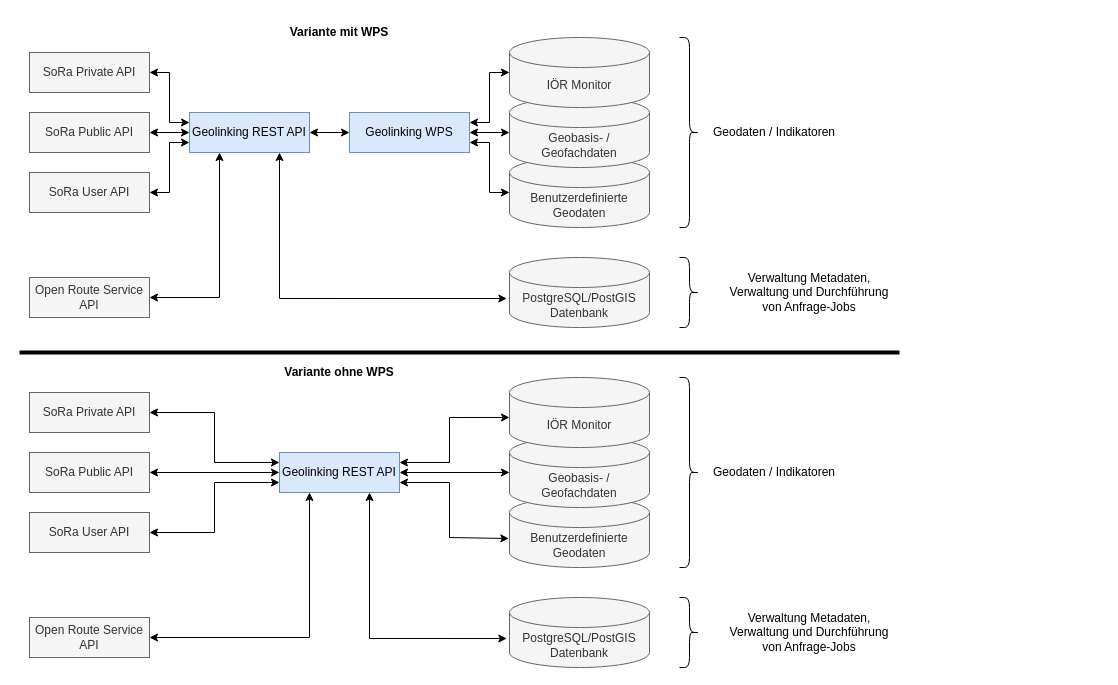
Above: sora/sora_geolinking_network_v3.drawio in traveller195/draw_io (draw.io), before the change. Source tidied: cells renumbered, new cells numbered last; positions are measured from the earlier drawing's top-left corner, leaving out a move shared by most shapes. Both pictures are drawn from the tidied source at 100%, with x=0, y=0 at pixel (19, 17).
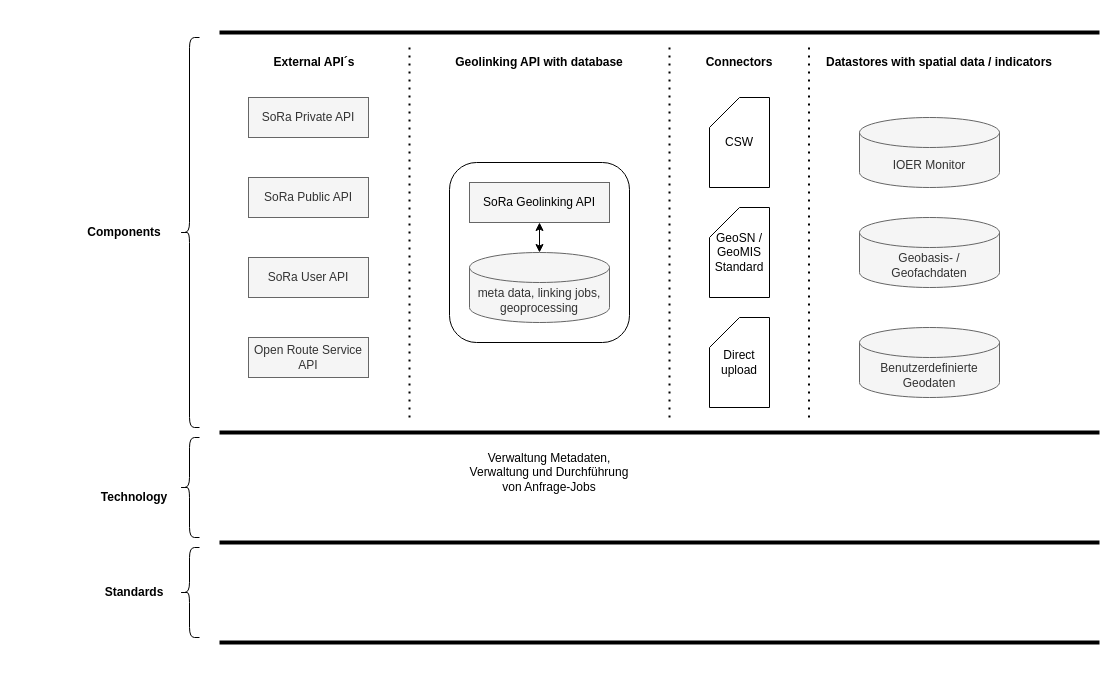
Above is the later version.

Diff of the diagram source:
```diff
@@
-    <mxCell id="2" value="Benutzerdefinierte Geodaten" style="shape=cylinder3;whiteSpace=wrap;html=1;boundedLbl=1;backgroundOutline=1;size=15;fillColor=#f5f5f5;fontColor=#333333;strokeColor=#666666;" parent="1" vertex="1">
-      <mxGeometry x="490" y="140" width="140" height="70" as="geometry" />
-    </mxCell>
-    <mxCell id="3" style="edgeStyle=orthogonalEdgeStyle;rounded=0;jettySize=auto;html=1;exitX=1;exitY=0.5;exitDx=0;exitDy=0;entryX=0;entryY=0.25;entryDx=0;entryDy=0;startArrow=classic;startFill=1;" parent="1" edge="1" source="4" target="12">
-      <mxGeometry relative="1" as="geometry" />
-    </mxCell>
-    <mxCell id="4" value="SoRa Private API" style="rounded=0;whiteSpace=wrap;html=1;fillColor=#f5f5f5;fontColor=#333333;strokeColor=#666666;" parent="1" vertex="1">
-      <mxGeometry x="10" y="35" width="120" height="40" as="geometry" />
-    </mxCell>
-    <mxCell id="5" style="edgeStyle=orthogonalEdgeStyle;rounded=0;jettySize=auto;html=1;exitX=1;exitY=0.5;exitDx=0;exitDy=0;entryX=0;entryY=0.5;entryDx=0;entryDy=0;startArrow=classic;startFill=1;" parent="1" edge="1" source="6" target="12">
-      <mxGeometry relative="1" as="geometry" />
-    </mxCell>
-    <mxCell id="6" value="SoRa Public API" style="rounded=0;whiteSpace=wrap;html=1;fillColor=#f5f5f5;fontColor=#333333;strokeColor=#666666;" parent="1" vertex="1">
-      <mxGeometry x="10" y="95" width="120" height="40" as="geometry" />
-    </mxCell>
-    <mxCell id="7" value="SoRa User API" style="rounded=0;whiteSpace=wrap;html=1;fillColor=#f5f5f5;fontColor=#333333;strokeColor=#666666;" parent="1" vertex="1">
-      <mxGeometry x="10" y="155" width="120" height="40" as="geometry" />
-    </mxCell>
-    <mxCell id="8" value="Open Route Service API" style="rounded=0;whiteSpace=wrap;html=1;fillColor=#f5f5f5;fontColor=#333333;strokeColor=#666666;" parent="1" vertex="1">
-      <mxGeometry x="10" y="260" width="120" height="40" as="geometry" />
-    </mxCell>
-    <mxCell id="9" style="edgeStyle=orthogonalEdgeStyle;rounded=0;jettySize=auto;html=1;exitX=0;exitY=0.75;exitDx=0;exitDy=0;entryX=1;entryY=0.5;entryDx=0;entryDy=0;startArrow=classic;startFill=1;" parent="1" edge="1" source="12" target="7">
-      <mxGeometry relative="1" as="geometry" />
-    </mxCell>
-    <mxCell id="10" style="edgeStyle=orthogonalEdgeStyle;rounded=0;jettySize=auto;html=1;exitX=1;exitY=0.5;exitDx=0;exitDy=0;entryX=0;entryY=0.5;entryDx=0;entryDy=0;startArrow=classic;startFill=1;" parent="1" edge="1" source="12" target="13">
-      <mxGeometry relative="1" as="geometry" />
-    </mxCell>
-    <mxCell id="11" style="edgeStyle=orthogonalEdgeStyle;rounded=0;jettySize=auto;html=1;exitX=0.5;exitY=1;exitDx=0;exitDy=0;entryX=1;entryY=0.5;entryDx=0;entryDy=0;startArrow=classic;startFill=1;" parent="1" edge="1" target="8">
-      <mxGeometry relative="1" as="geometry">
-        <mxPoint x="200" y="135" as="sourcePoint" />
-        <Array as="points">
-          <mxPoint x="200" y="280" />
-        </Array>
-      </mxGeometry>
-    </mxCell>
-    <mxCell id="12" value="Geolinking REST API" style="rounded=0;whiteSpace=wrap;html=1;fillColor=#dae8fc;strokeColor=#6c8ebf;" parent="1" vertex="1">
-      <mxGeometry x="170" y="95" width="120" height="40" as="geometry" />
-    </mxCell>
-    <mxCell id="13" value="Geolinking WPS" style="rounded=0;whiteSpace=wrap;html=1;fillColor=#dae8fc;strokeColor=#6c8ebf;" parent="1" vertex="1">
-      <mxGeometry x="330" y="95" width="120" height="40" as="geometry" />
-    </mxCell>
-    <mxCell id="14" value="Geobasis- / Geofachdaten" style="shape=cylinder3;whiteSpace=wrap;html=1;boundedLbl=1;backgroundOutline=1;size=15;fillColor=#f5f5f5;fontColor=#333333;strokeColor=#666666;" parent="1" vertex="1">
-      <mxGeometry x="490" y="80" width="140" height="70" as="geometry" />
-    </mxCell>
-    <mxCell id="15" style="edgeStyle=orthogonalEdgeStyle;rounded=0;jettySize=auto;html=1;exitX=0;exitY=0.5;exitDx=0;exitDy=0;exitPerimeter=0;entryX=1;entryY=0.25;entryDx=0;entryDy=0;startArrow=classic;startFill=1;" parent="1" edge="1" source="16" target="13">
-      <mxGeometry relative="1" as="geometry" />
-    </mxCell>
-    <mxCell id="16" value="IÖR Monitor" style="shape=cylinder3;whiteSpace=wrap;html=1;boundedLbl=1;backgroundOutline=1;size=15;fillColor=#f5f5f5;fontColor=#333333;strokeColor=#666666;" parent="1" vertex="1">
-      <mxGeometry x="490" y="20" width="140" height="70" as="geometry" />
-    </mxCell>
-    <mxCell id="17" style="edgeStyle=orthogonalEdgeStyle;rounded=0;jettySize=auto;html=1;exitX=1;exitY=0.5;exitDx=0;exitDy=0;entryX=0;entryY=0.5;entryDx=0;entryDy=0;entryPerimeter=0;startArrow=classic;startFill=1;" parent="1" edge="1" source="13" target="14">
-      <mxGeometry relative="1" as="geometry" />
-    </mxCell>
-    <mxCell id="18" style="edgeStyle=orthogonalEdgeStyle;rounded=0;jettySize=auto;html=1;exitX=1;exitY=0.75;exitDx=0;exitDy=0;entryX=0;entryY=0.5;entryDx=0;entryDy=0;entryPerimeter=0;startArrow=classic;startFill=1;" parent="1" edge="1" source="13" target="2">
-      <mxGeometry relative="1" as="geometry" />
-    </mxCell>
-    <mxCell id="19" value="PostgreSQL/PostGIS Datenbank" style="shape=cylinder3;whiteSpace=wrap;html=1;boundedLbl=1;backgroundOutline=1;size=15;fillColor=#f5f5f5;fontColor=#333333;strokeColor=#666666;" parent="1" vertex="1">
-      <mxGeometry x="490" y="240" width="140" height="70" as="geometry" />
-    </mxCell>
-    <mxCell id="20" style="shape=curlyBracket;whiteSpace=wrap;html=1;rounded=1;flipH=1;labelPosition=right;verticalLabelPosition=middle;align=left;verticalAlign=middle;" parent="1" vertex="1">
-      <mxGeometry x="660" y="20" width="20" height="190" as="geometry" />
-    </mxCell>
-    <mxCell id="21" style="shape=curlyBracket;whiteSpace=wrap;html=1;rounded=1;flipH=1;labelPosition=right;verticalLabelPosition=middle;align=left;verticalAlign=middle;" parent="1" vertex="1">
-      <mxGeometry x="660" y="240" width="20" height="70" as="geometry" />
-    </mxCell>
-    <mxCell id="22" value="Geodaten / Indikatoren" style="text;html=1;strokeColor=none;fillColor=none;align=center;verticalAlign=middle;whiteSpace=wrap;rounded=0;" parent="1" vertex="1">
-      <mxGeometry x="690" y="100" width="130" height="30" as="geometry" />
-    </mxCell>
-    <mxCell id="23" value="&lt;div&gt;Verwaltung Metadaten,&lt;/div&gt;&lt;div&gt;Verwaltung und Durchführung von Anfrage-Jobs&lt;/div&gt;" style="text;html=1;strokeColor=none;fillColor=none;align=center;verticalAlign=middle;whiteSpace=wrap;rounded=0;" parent="1" vertex="1">
-      <mxGeometry x="700" y="260" width="180" height="30" as="geometry" />
-    </mxCell>
-    <mxCell id="24" style="endArrow=classic;startArrow=classic;html=1;rounded=0;entryX=0.75;entryY=1;entryDx=0;entryDy=0;exitX=-0.019;exitY=0.586;exitDx=0;exitDy=0;exitPerimeter=0;" parent="1" edge="1" source="19" target="12">
-      <mxGeometry relative="1" as="geometry">
-        <Array as="points">
-          <mxPoint x="260" y="281" />
-        </Array>
-      </mxGeometry>
-    </mxCell>
+    <mxCell id="49" style="rounded=1;whiteSpace=wrap;html=1;fillColor=none;" parent="1" vertex="1">
+      <mxGeometry x="430" y="145" width="180" height="180" as="geometry" />
+    </mxCell>
     <mxCell id="25" value="Benutzerdefinierte Geodaten" style="shape=cylinder3;whiteSpace=wrap;html=1;boundedLbl=1;backgroundOutline=1;size=15;fillColor=#f5f5f5;fontColor=#333333;strokeColor=#666666;" parent="1" vertex="1">
-      <mxGeometry x="490" y="480" width="140" height="70" as="geometry" />
+      <mxGeometry x="840" y="310" width="140" height="70" as="geometry" />
     </mxCell>
-    <mxCell id="26" style="edgeStyle=orthogonalEdgeStyle;rounded=0;jettySize=auto;html=1;exitX=1;exitY=0.5;exitDx=0;exitDy=0;entryX=0;entryY=0.25;entryDx=0;entryDy=0;startArrow=classic;startFill=1;" parent="1" edge="1" source="27" target="33">
-      <mxGeometry relative="1" as="geometry" />
-    </mxCell>
     <mxCell id="27" value="SoRa Private API" style="rounded=0;whiteSpace=wrap;html=1;fillColor=#f5f5f5;fontColor=#333333;strokeColor=#666666;" parent="1" vertex="1">
-      <mxGeometry x="10" y="375" width="120" height="40" as="geometry" />
+      <mxGeometry x="229" y="80" width="120" height="40" as="geometry" />
     </mxCell>
-    <mxCell id="28" style="edgeStyle=orthogonalEdgeStyle;rounded=0;jettySize=auto;html=1;exitX=1;exitY=0.5;exitDx=0;exitDy=0;entryX=0;entryY=0.5;entryDx=0;entryDy=0;startArrow=classic;startFill=1;" parent="1" edge="1" source="29" target="33">
-      <mxGeometry relative="1" as="geometry" />
-    </mxCell>
     <mxCell id="29" value="SoRa Public API" style="rounded=0;whiteSpace=wrap;html=1;fillColor=#f5f5f5;fontColor=#333333;strokeColor=#666666;" parent="1" vertex="1">
-      <mxGeometry x="10" y="435" width="120" height="40" as="geometry" />
+      <mxGeometry x="229" y="160" width="120" height="40" as="geometry" />
     </mxCell>
     <mxCell id="30" value="SoRa User API" style="rounded=0;whiteSpace=wrap;html=1;fillColor=#f5f5f5;fontColor=#333333;strokeColor=#666666;" parent="1" vertex="1">
-      <mxGeometry x="10" y="495" width="120" height="40" as="geometry" />
+      <mxGeometry x="229" y="240" width="120" height="40" as="geometry" />
     </mxCell>
     <mxCell id="31" value="Open Route Service API" style="rounded=0;whiteSpace=wrap;html=1;fillColor=#f5f5f5;fontColor=#333333;strokeColor=#666666;" parent="1" vertex="1">
-      <mxGeometry x="10" y="600" width="120" height="40" as="geometry" />
+      <mxGeometry x="229" y="320" width="120" height="40" as="geometry" />
     </mxCell>
-    <mxCell id="32" style="edgeStyle=orthogonalEdgeStyle;rounded=0;jettySize=auto;html=1;exitX=0;exitY=0.75;exitDx=0;exitDy=0;entryX=1;entryY=0.5;entryDx=0;entryDy=0;startArrow=classic;startFill=1;" parent="1" edge="1" source="33" target="30">
-      <mxGeometry relative="1" as="geometry" />
-    </mxCell>
-    <mxCell id="33" value="Geolinking REST API" style="rounded=0;whiteSpace=wrap;html=1;fillColor=#dae8fc;strokeColor=#6c8ebf;" parent="1" vertex="1">
-      <mxGeometry x="260" y="435" width="120" height="40" as="geometry" />
+    <mxCell id="33" value="SoRa Geolinking API" style="rounded=0;whiteSpace=wrap;html=1;fillColor=#F5F5F5;strokeColor=#666666;" parent="1" vertex="1">
+      <mxGeometry x="450" y="165" width="140" height="40" as="geometry" />
     </mxCell>
     <mxCell id="34" value="Geobasis- / Geofachdaten" style="shape=cylinder3;whiteSpace=wrap;html=1;boundedLbl=1;backgroundOutline=1;size=15;fillColor=#f5f5f5;fontColor=#333333;strokeColor=#666666;" parent="1" vertex="1">
-      <mxGeometry x="490" y="420" width="140" height="70" as="geometry" />
+      <mxGeometry x="840" y="200" width="140" height="70" as="geometry" />
     </mxCell>
-    <mxCell id="35" value="IÖR Monitor" style="shape=cylinder3;whiteSpace=wrap;html=1;boundedLbl=1;backgroundOutline=1;size=15;fillColor=#f5f5f5;fontColor=#333333;strokeColor=#666666;" parent="1" vertex="1">
-      <mxGeometry x="490" y="360" width="140" height="70" as="geometry" />
+    <mxCell id="35" value="IOER Monitor" style="shape=cylinder3;whiteSpace=wrap;html=1;boundedLbl=1;backgroundOutline=1;size=15;fillColor=#f5f5f5;fontColor=#333333;strokeColor=#666666;" parent="1" vertex="1">
+      <mxGeometry x="840" y="100" width="140" height="70" as="geometry" />
     </mxCell>
-    <mxCell id="36" style="edgeStyle=orthogonalEdgeStyle;rounded=0;jettySize=auto;html=1;exitX=1;exitY=0.5;exitDx=0;exitDy=0;entryX=0;entryY=0.5;entryDx=0;entryDy=0;entryPerimeter=0;startArrow=classic;startFill=1;" parent="1" edge="1" source="33" target="34">
-      <mxGeometry relative="1" as="geometry" />
-    </mxCell>
-    <mxCell id="37" value="PostgreSQL/PostGIS Datenbank" style="shape=cylinder3;whiteSpace=wrap;html=1;boundedLbl=1;backgroundOutline=1;size=15;fillColor=#f5f5f5;fontColor=#333333;strokeColor=#666666;" parent="1" vertex="1">
-      <mxGeometry x="490" y="580" width="140" height="70" as="geometry" />
+    <mxCell id="37" value="meta data, linking jobs, geoprocessing" style="shape=cylinder3;whiteSpace=wrap;html=1;boundedLbl=1;backgroundOutline=1;size=15;fillColor=#f5f5f5;fontColor=#333333;strokeColor=#666666;" parent="1" vertex="1">
+      <mxGeometry x="450" y="235" width="140" height="70" as="geometry" />
     </mxCell>
-    <mxCell id="38" style="shape=curlyBracket;whiteSpace=wrap;html=1;rounded=1;flipH=1;labelPosition=right;verticalLabelPosition=middle;align=left;verticalAlign=middle;" parent="1" vertex="1">
-      <mxGeometry x="660" y="360" width="20" height="190" as="geometry" />
-    </mxCell>
-    <mxCell id="39" style="shape=curlyBracket;whiteSpace=wrap;html=1;rounded=1;flipH=1;labelPosition=right;verticalLabelPosition=middle;align=left;verticalAlign=middle;" parent="1" vertex="1">
-      <mxGeometry x="660" y="580" width="20" height="70" as="geometry" />
-    </mxCell>
-    <mxCell id="40" value="Geodaten / Indikatoren" style="text;html=1;strokeColor=none;fillColor=none;align=center;verticalAlign=middle;whiteSpace=wrap;rounded=0;" parent="1" vertex="1">
-      <mxGeometry x="690" y="440" width="130" height="30" as="geometry" />
-    </mxCell>
-    <mxCell id="41" style="endArrow=classic;startArrow=classic;html=1;rounded=0;entryX=0.75;entryY=1;entryDx=0;entryDy=0;exitX=-0.019;exitY=0.586;exitDx=0;exitDy=0;exitPerimeter=0;" parent="1" edge="1" source="37" target="33">
-      <mxGeometry relative="1" as="geometry">
-        <Array as="points">
-          <mxPoint x="350" y="621" />
-        </Array>
-      </mxGeometry>
-    </mxCell>
     <mxCell id="42" value="&lt;div&gt;Verwaltung Metadaten,&lt;/div&gt;&lt;div&gt;Verwaltung und Durchführung von Anfrage-Jobs&lt;/div&gt;" style="text;html=1;strokeColor=none;fillColor=none;align=center;verticalAlign=middle;whiteSpace=wrap;rounded=0;" parent="1" vertex="1">
-      <mxGeometry x="700" y="600" width="180" height="30" as="geometry" />
+      <mxGeometry x="440" y="440" width="180" height="30" as="geometry" />
     </mxCell>
-    <mxCell id="43" style="endArrow=classic;startArrow=classic;html=1;rounded=0;entryX=0.25;entryY=1;entryDx=0;entryDy=0;" parent="1" edge="1" target="33">
-      <mxGeometry relative="1" as="geometry">
-        <mxPoint x="130" y="620" as="sourcePoint" />
-        <Array as="points">
-          <mxPoint x="290" y="620" />
-        </Array>
-      </mxGeometry>
-    </mxCell>
-    <mxCell id="44" style="endArrow=classic;startArrow=classic;html=1;rounded=0;exitX=1;exitY=0.75;exitDx=0;exitDy=0;entryX=-0.005;entryY=0.586;entryDx=0;entryDy=0;entryPerimeter=0;" parent="1" edge="1" source="33" target="25">
-      <mxGeometry relative="1" as="geometry">
-        <Array as="points">
-          <mxPoint x="430" y="465" />
-          <mxPoint x="430" y="520" />
-        </Array>
-      </mxGeometry>
-    </mxCell>
-    <mxCell id="45" style="endArrow=classic;startArrow=classic;html=1;rounded=0;exitX=1;exitY=0.25;exitDx=0;exitDy=0;entryX=0;entryY=0.571;entryDx=0;entryDy=0;entryPerimeter=0;" parent="1" edge="1" source="33" target="35">
-      <mxGeometry relative="1" as="geometry">
-        <Array as="points">
-          <mxPoint x="430" y="445" />
-          <mxPoint x="430" y="400" />
-        </Array>
-      </mxGeometry>
-    </mxCell>
-    <mxCell id="46" value="Variante mit WPS" style="text;html=1;strokeColor=none;fillColor=none;align=center;verticalAlign=middle;whiteSpace=wrap;rounded=0;fontStyle=1;" parent="1" vertex="1">
-      <mxGeometry x="225" width="190" height="30" as="geometry" />
-    </mxCell>
-    <mxCell id="47" value="Variante ohne WPS" style="text;html=1;strokeColor=none;fillColor=none;align=center;verticalAlign=middle;whiteSpace=wrap;rounded=0;fontStyle=1;" parent="1" vertex="1">
-      <mxGeometry x="225" y="340" width="190" height="30" as="geometry" />
+    <mxCell id="47" value="Geolinking API with database" style="text;html=1;strokeColor=none;fillColor=none;align=center;verticalAlign=middle;whiteSpace=wrap;rounded=0;fontStyle=1;" parent="1" vertex="1">
+      <mxGeometry x="390" y="30" width="260" height="30" as="geometry" />
     </mxCell>
     <mxCell id="48" style="line;strokeWidth=4;html=1;perimeter=backbonePerimeter;" parent="1" vertex="1">
-      <mxGeometry y="330" width="880" height="10" as="geometry" />
+      <mxGeometry x="200" y="10" width="880" height="10" as="geometry" />
     </mxCell>
+    <mxCell id="41" style="endArrow=classic;startArrow=classic;html=1;rounded=0;exitX=0.5;exitY=0;exitDx=0;exitDy=0;exitPerimeter=0;entryX=0.5;entryY=1;entryDx=0;entryDy=0;" parent="1" edge="1" source="37" target="33">
+      <mxGeometry relative="1" as="geometry" />
+    </mxCell>
+    <mxCell id="50" style="endArrow=none;dashed=1;html=1;dashPattern=1 3;strokeWidth=2;rounded=0;" parent="1" edge="1">
+      <mxGeometry relative="1" as="geometry">
+        <mxPoint x="650" y="400" as="sourcePoint" />
+        <mxPoint x="650" y="30" as="targetPoint" />
+      </mxGeometry>
+    </mxCell>
+    <mxCell id="51" style="endArrow=none;dashed=1;html=1;dashPattern=1 3;strokeWidth=2;rounded=0;" parent="1" edge="1">
+      <mxGeometry relative="1" as="geometry">
+        <mxPoint x="789.5" y="400" as="sourcePoint" />
+        <mxPoint x="789.5" y="30" as="targetPoint" />
+      </mxGeometry>
+    </mxCell>
+    <mxCell id="52" value="Connectors" style="text;html=1;strokeColor=none;fillColor=none;align=center;verticalAlign=middle;whiteSpace=wrap;rounded=0;fontStyle=1;" parent="1" vertex="1">
+      <mxGeometry x="650" y="30" width="140" height="30" as="geometry" />
+    </mxCell>
+    <mxCell id="53" value="Datastores with spatial data / indicators" style="text;html=1;strokeColor=none;fillColor=none;align=center;verticalAlign=middle;whiteSpace=wrap;rounded=0;fontStyle=1;" parent="1" vertex="1">
+      <mxGeometry x="790" y="30" width="260" height="30" as="geometry" />
+    </mxCell>
+    <mxCell id="54" value="CSW" style="shape=card;whiteSpace=wrap;html=1;" parent="1" vertex="1">
+      <mxGeometry x="690" y="80" width="60" height="90" as="geometry" />
+    </mxCell>
+    <mxCell id="55" value="GeoSN / GeoMIS Standard" style="shape=card;whiteSpace=wrap;html=1;" parent="1" vertex="1">
+      <mxGeometry x="690" y="190" width="60" height="90" as="geometry" />
+    </mxCell>
+    <mxCell id="56" value="Direct upload" style="shape=card;whiteSpace=wrap;html=1;" parent="1" vertex="1">
+      <mxGeometry x="690" y="300" width="60" height="90" as="geometry" />
+    </mxCell>
+    <mxCell id="57" style="endArrow=none;dashed=1;html=1;dashPattern=1 3;strokeWidth=2;rounded=0;" parent="1" edge="1">
+      <mxGeometry relative="1" as="geometry">
+        <mxPoint x="390" y="400" as="sourcePoint" />
+        <mxPoint x="390" y="30" as="targetPoint" />
+      </mxGeometry>
+    </mxCell>
+    <mxCell id="58" value="External API´s" style="text;html=1;strokeColor=none;fillColor=none;align=center;verticalAlign=middle;whiteSpace=wrap;rounded=0;fontStyle=1;" parent="1" vertex="1">
+      <mxGeometry x="200" y="30" width="190" height="30" as="geometry" />
+    </mxCell>
+    <mxCell id="59" style="line;strokeWidth=4;html=1;perimeter=backbonePerimeter;" parent="1" vertex="1">
+      <mxGeometry x="200" y="410" width="880" height="10" as="geometry" />
+    </mxCell>
+    <mxCell id="60" style="line;strokeWidth=4;html=1;perimeter=backbonePerimeter;" parent="1" vertex="1">
+      <mxGeometry x="200" y="520" width="880" height="10" as="geometry" />
+    </mxCell>
+    <mxCell id="61" style="line;strokeWidth=4;html=1;perimeter=backbonePerimeter;" parent="1" vertex="1">
+      <mxGeometry x="200" y="620" width="880" height="10" as="geometry" />
+    </mxCell>
+    <mxCell id="62" style="shape=curlyBracket;whiteSpace=wrap;html=1;rounded=1;labelPosition=left;verticalLabelPosition=middle;align=right;verticalAlign=middle;" parent="1" vertex="1">
+      <mxGeometry x="160" y="20" width="20" height="390" as="geometry" />
+    </mxCell>
+    <mxCell id="63" style="shape=curlyBracket;whiteSpace=wrap;html=1;rounded=1;labelPosition=left;verticalLabelPosition=middle;align=right;verticalAlign=middle;" parent="1" vertex="1">
+      <mxGeometry x="160" y="420" width="20" height="100" as="geometry" />
+    </mxCell>
+    <mxCell id="64" style="shape=curlyBracket;whiteSpace=wrap;html=1;rounded=1;labelPosition=left;verticalLabelPosition=middle;align=right;verticalAlign=middle;" parent="1" vertex="1">
+      <mxGeometry x="160" y="530" width="20" height="90" as="geometry" />
+    </mxCell>
+    <mxCell id="65" value="&lt;b&gt;Components&lt;/b&gt;" style="text;html=1;strokeColor=none;fillColor=none;align=center;verticalAlign=middle;whiteSpace=wrap;rounded=0;" parent="1" vertex="1">
+      <mxGeometry x="50" y="200" width="110" height="30" as="geometry" />
+    </mxCell>
+    <mxCell id="66" value="&lt;b&gt;Standards&lt;/b&gt;" style="text;html=1;strokeColor=none;fillColor=none;align=center;verticalAlign=middle;whiteSpace=wrap;rounded=0;" parent="1" vertex="1">
+      <mxGeometry x="60" y="560" width="110" height="30" as="geometry" />
+    </mxCell>
+    <mxCell id="67" value="&lt;b&gt;Technology&lt;/b&gt;" style="text;html=1;strokeColor=none;fillColor=none;align=center;verticalAlign=middle;whiteSpace=wrap;rounded=0;" parent="1" vertex="1">
+      <mxGeometry x="60" y="465" width="110" height="30" as="geometry" />
+    </mxCell>
```
